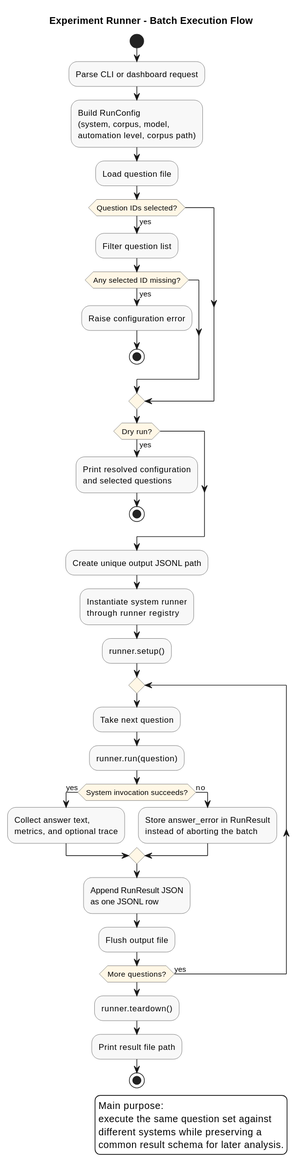
TomsBicans/agentic-context-engineering keeps this PlantUML diagram as docs/diagrams/generated/experiment-runner-flow.svg. Above is the earlier version.
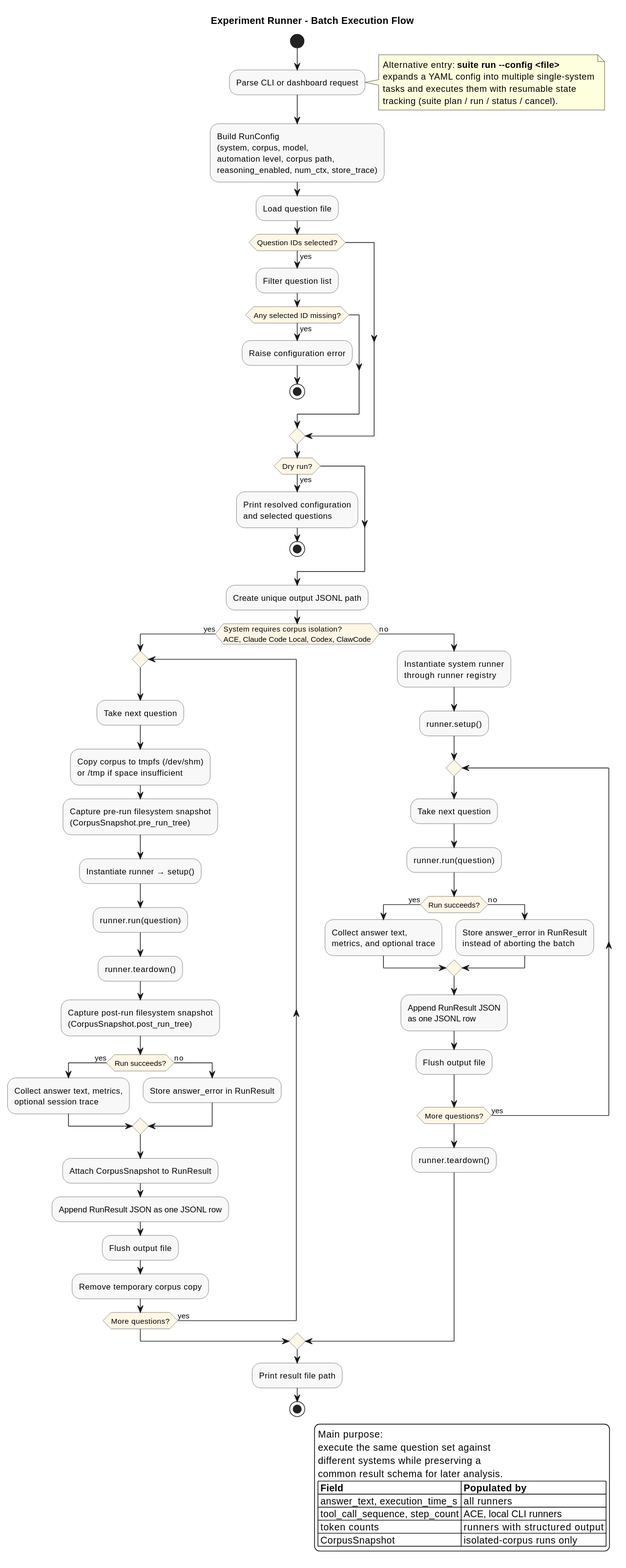
Above is the later version.

Commit message:
update the diagrams to reflect the current state of the system

The edit, as a diff of the source:
```diff
@@ -14,7 +14,15 @@
 start
 
 :Parse CLI or dashboard request;
-:Build RunConfig\n(system, corpus, model,\nautomation level, corpus path);
+
+note right
+  Alternative entry: **suite run --config <file>**
+  expands a YAML config into multiple single-system
+  tasks and executes them with resumable state
+  tracking (suite plan / run / status / cancel).
+end note
+
+:Build RunConfig\n(system, corpus, model,\nautomation level, corpus path,\nreasoning_enabled, num_ctx, store_trace);
 :Load question file;
 
 if (Question IDs selected?) then (yes)
@@ -31,24 +39,53 @@
 endif
 
 :Create unique output JSONL path;
-:Instantiate system runner\nthrough runner registry;
-:runner.setup();
 
-repeat
-  :Take next question;
-  :runner.run(question);
+if (System requires corpus isolation?\nACE, Claude Code Local, Codex, ClawCode) then (yes)
 
-  if (System invocation succeeds?) then (yes)
-    :Collect answer text,\nmetrics, and optional trace;
-  else (no)
-    :Store answer_error in RunResult\ninstead of aborting the batch;
-  endif
+  repeat
+    :Take next question;
+    :Copy corpus to tmpfs (/dev/shm)\nor /tmp if space insufficient;
+    :Capture pre-run filesystem snapshot\n(CorpusSnapshot.pre_run_tree);
+    :Instantiate runner → setup();
+    :runner.run(question);
+    :runner.teardown();
+    :Capture post-run filesystem snapshot\n(CorpusSnapshot.post_run_tree);
 
-  :Append RunResult JSON\nas one JSONL row;
-  :Flush output file;
-repeat while (More questions?) is (yes)
+    if (Run succeeds?) then (yes)
+      :Collect answer text, metrics,\noptional session trace;
+    else (no)
+      :Store answer_error in RunResult;
+    endif
 
-:runner.teardown();
+    :Attach CorpusSnapshot to RunResult;
+    :Append RunResult JSON as one JSONL row;
+    :Flush output file;
+    :Remove temporary corpus copy;
+  repeat while (More questions?) is (yes)
+
+else (no)
+
+  :Instantiate system runner\nthrough runner registry;
+  :runner.setup();
+
+  repeat
+    :Take next question;
+    :runner.run(question);
+
+    if (Run succeeds?) then (yes)
+      :Collect answer text,\nmetrics, and optional trace;
+    else (no)
+      :Store answer_error in RunResult\ninstead of aborting the batch;
+    endif
+
+    :Append RunResult JSON\nas one JSONL row;
+    :Flush output file;
+  repeat while (More questions?) is (yes)
+
+  :runner.teardown();
+
+endif
+
 :Print result file path;
 
 stop
@@ -58,5 +95,10 @@
   execute the same question set against
   different systems while preserving a
   common result schema for later analysis.
+  |= Field |= Populated by |
+  | answer_text, execution_time_s | all runners |
+  | tool_call_sequence, step_count | ACE, local CLI runners |
+  | token counts | runners with structured output |
+  | CorpusSnapshot | isolated-corpus runs only |
 endlegend
 @enduml
```
